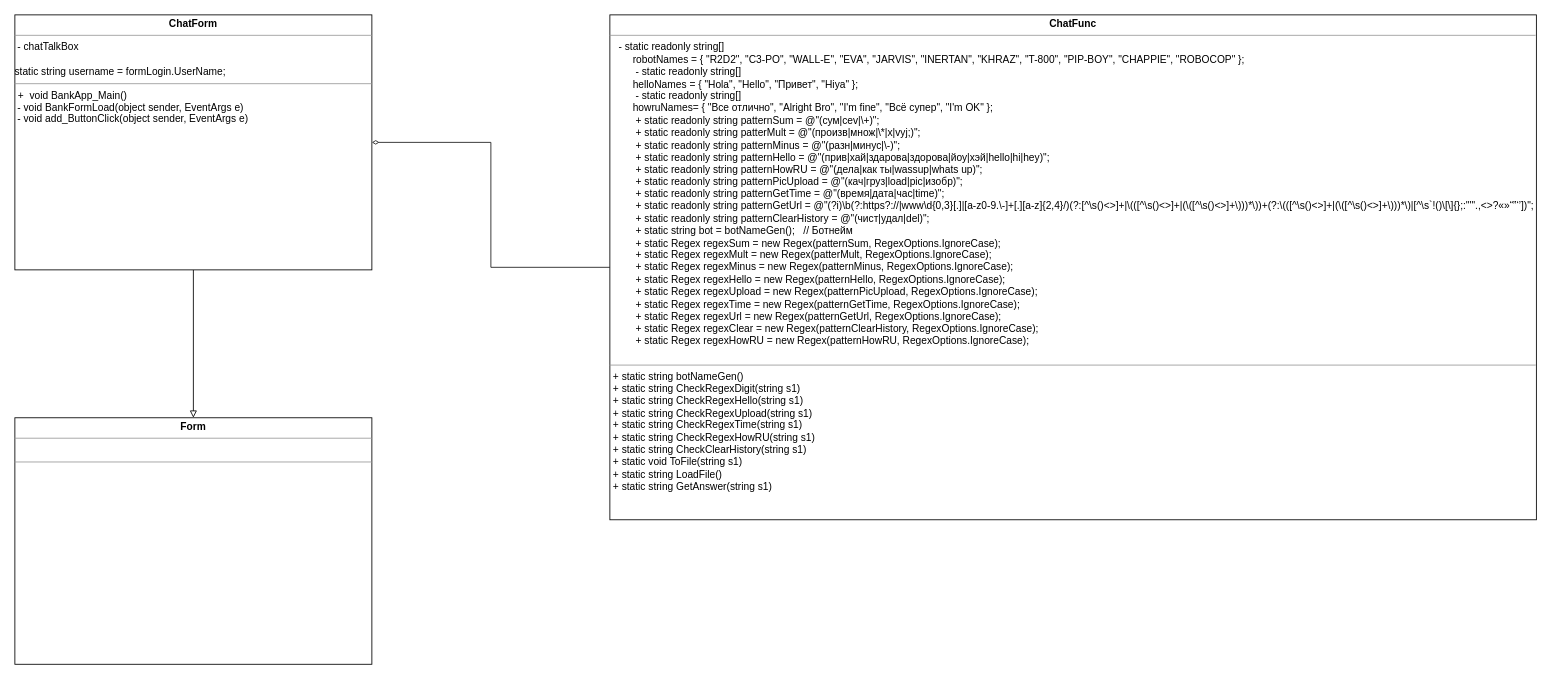
gingerswaltz/gingerswaltz-official keeps this draw.io diagram as ChatBot/chatbot.drawio. Above is the earlier version. Source tidied: cells renumbered, new cells numbered last; positions are measured from the earlier drawing's top-left corner, leaving out a move shared by most shapes. Both pictures are drawn from the tidied source at 85%, with x=0, y=0 at pixel (14, 14).
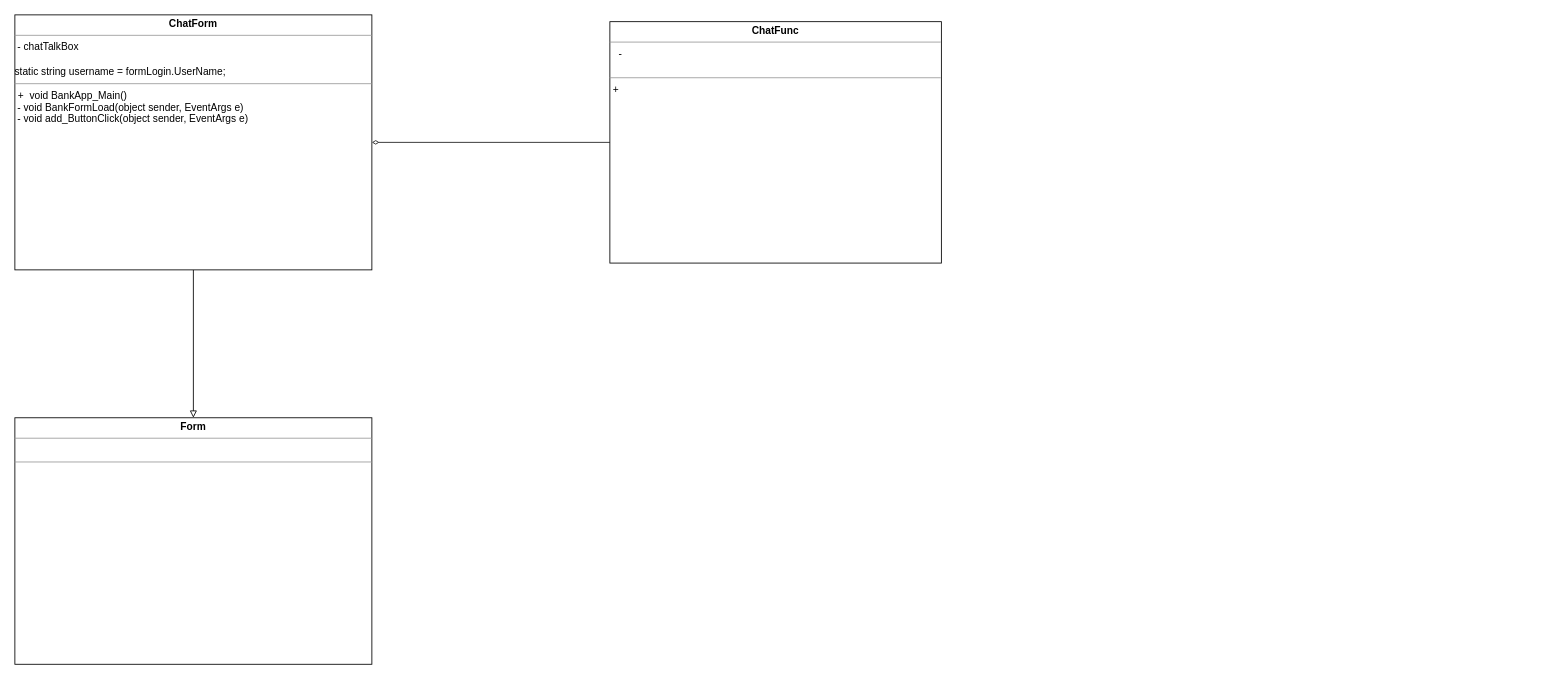
The same diagram, later.

The edit, as a diff of the source:
```diff
@@
 <mxGraphModel>
   <root>
     <mxCell id="0" />
     <mxCell id="1" parent="0" />
-    <mxCell id="2" value="&lt;p style=&quot;margin: 0px ; margin-top: 4px ; text-align: center&quot;&gt;&lt;b&gt;ChatFunc&lt;/b&gt;&lt;/p&gt;&lt;hr size=&quot;1&quot;&gt;&lt;p style=&quot;margin: 0px ; margin-left: 4px&quot;&gt;&amp;nbsp;&lt;span&gt;&#9;&lt;/span&gt;- static readonly string[]&lt;/p&gt;&lt;p style=&quot;margin: 0px ; margin-left: 4px&quot;&gt;&amp;nbsp; &amp;nbsp; &amp;nbsp; &amp;nbsp;robotNames = { &quot;R2D2&quot;, &quot;C3-PO&quot;, &quot;WALL-E&quot;, &quot;EVA&quot;, &quot;JARVIS&quot;, &quot;INERTAN&quot;, &quot;KHRAZ&quot;, &quot;T-800&quot;, &quot;PIP-BOY&quot;, &quot;CHAPPIE&quot;, &quot;ROBOCOP&quot; };&lt;/p&gt;&lt;p style=&quot;margin: 0px ; margin-left: 4px&quot;&gt;&amp;nbsp; &amp;nbsp; &amp;nbsp; &amp;nbsp; - static readonly string[]&lt;/p&gt;&lt;p style=&quot;margin: 0px ; margin-left: 4px&quot;&gt;&amp;nbsp; &amp;nbsp; &amp;nbsp; &amp;nbsp;helloNames = { &quot;Hola&quot;, &quot;Hello&quot;, &quot;Привет&quot;, &quot;Hiya&quot; };&lt;/p&gt;&lt;p style=&quot;margin: 0px ; margin-left: 4px&quot;&gt;&amp;nbsp; &amp;nbsp; &amp;nbsp; &amp;nbsp; - static readonly string[]&lt;/p&gt;&lt;p style=&quot;margin: 0px ; margin-left: 4px&quot;&gt;&amp;nbsp; &amp;nbsp; &amp;nbsp; &amp;nbsp;howruNames= { &quot;Все отлично&quot;, &quot;Alright Bro&quot;, &quot;I'm fine&quot;, &quot;Всё супер&quot;, &quot;I'm OK&quot; };&lt;/p&gt;&lt;p style=&quot;margin: 0px ; margin-left: 4px&quot;&gt;&amp;nbsp; &amp;nbsp; &amp;nbsp; &amp;nbsp; + static readonly string patternSum = @&quot;(сум|cev|\+)&quot;;&lt;/p&gt;&lt;p style=&quot;margin: 0px ; margin-left: 4px&quot;&gt;&amp;nbsp; &amp;nbsp; &amp;nbsp; &amp;nbsp; + static readonly string patterMult = @&quot;(произв|множ|\*|x|vyj;)&quot;;&lt;/p&gt;&lt;p style=&quot;margin: 0px ; margin-left: 4px&quot;&gt;&amp;nbsp; &amp;nbsp; &amp;nbsp; &amp;nbsp; + static readonly string patternMinus = @&quot;(разн|минус|\-)&quot;;&lt;/p&gt;&lt;p style=&quot;margin: 0px ; margin-left: 4px&quot;&gt;&amp;nbsp; &amp;nbsp; &amp;nbsp; &amp;nbsp; + static readonly string patternHello = @&quot;(прив|хай|здарова|здорова|йоу|хэй|hello|hi|hey)&quot;;&lt;/p&gt;&lt;p style=&quot;margin: 0px ; margin-left: 4px&quot;&gt;&amp;nbsp; &amp;nbsp; &amp;nbsp; &amp;nbsp; + static readonly string patternHowRU = @&quot;(дела|как ты|wassup|whats up)&quot;;&lt;/p&gt;&lt;p style=&quot;margin: 0px ; margin-left: 4px&quot;&gt;&amp;nbsp; &amp;nbsp; &amp;nbsp; &amp;nbsp; + static readonly string patternPicUpload = @&quot;(кач|груз|load|pic|изобр)&quot;;&lt;/p&gt;&lt;p style=&quot;margin: 0px ; margin-left: 4px&quot;&gt;&amp;nbsp; &amp;nbsp; &amp;nbsp; &amp;nbsp; + static readonly string patternGetTime = @&quot;(время|дата|час|time)&quot;;&lt;/p&gt;&lt;p style=&quot;margin: 0px ; margin-left: 4px&quot;&gt;&amp;nbsp; &amp;nbsp; &amp;nbsp; &amp;nbsp; + static readonly string patternGetUrl = @&quot;(?i)\b(?:https?://|www\d{0,3}[.]|[a-z0-9.\-]+[.][a-z]{2,4}/)(?:[^\s()&amp;lt;&amp;gt;]+|\(([^\s()&amp;lt;&amp;gt;]+|(\([^\s()&amp;lt;&amp;gt;]+\)))*\))+(?:\(([^\s()&amp;lt;&amp;gt;]+|(\([^\s()&amp;lt;&amp;gt;]+\)))*\)|[^\s`!()\[\]{};:'&quot;&quot;.,&amp;lt;&amp;gt;?«»“”‘’])&quot;;&lt;/p&gt;&lt;p style=&quot;margin: 0px ; margin-left: 4px&quot;&gt;&amp;nbsp; &amp;nbsp; &amp;nbsp; &amp;nbsp; + static readonly string patternClearHistory = @&quot;(чист|удал|del)&quot;;&lt;/p&gt;&lt;p style=&quot;margin: 0px ; margin-left: 4px&quot;&gt;&amp;nbsp; &amp;nbsp; &amp;nbsp; &amp;nbsp; + static string bot = botNameGen();&amp;nbsp; &amp;nbsp;// Ботнейм&lt;/p&gt;&lt;p style=&quot;margin: 0px ; margin-left: 4px&quot;&gt;&amp;nbsp; &amp;nbsp; &amp;nbsp; &amp;nbsp; + static Regex regexSum = new Regex(patternSum, RegexOptions.IgnoreCase);&lt;/p&gt;&lt;p style=&quot;margin: 0px ; margin-left: 4px&quot;&gt;&amp;nbsp; &amp;nbsp; &amp;nbsp; &amp;nbsp; + static Regex regexMult = new Regex(patterMult, RegexOptions.IgnoreCase);&lt;/p&gt;&lt;p style=&quot;margin: 0px ; margin-left: 4px&quot;&gt;&amp;nbsp; &amp;nbsp; &amp;nbsp; &amp;nbsp; + static Regex regexMinus = new Regex(patternMinus, RegexOptions.IgnoreCase);&lt;/p&gt;&lt;p style=&quot;margin: 0px ; margin-left: 4px&quot;&gt;&amp;nbsp; &amp;nbsp; &amp;nbsp; &amp;nbsp; + static Regex regexHello = new Regex(patternHello, RegexOptions.IgnoreCase);&lt;/p&gt;&lt;p style=&quot;margin: 0px ; margin-left: 4px&quot;&gt;&amp;nbsp; &amp;nbsp; &amp;nbsp; &amp;nbsp; + static Regex regexUpload = new Regex(patternPicUpload, RegexOptions.IgnoreCase);&lt;/p&gt;&lt;p style=&quot;margin: 0px ; margin-left: 4px&quot;&gt;&amp;nbsp; &amp;nbsp; &amp;nbsp; &amp;nbsp; + static Regex regexTime = new Regex(patternGetTime, RegexOptions.IgnoreCase);&lt;/p&gt;&lt;p style=&quot;margin: 0px ; margin-left: 4px&quot;&gt;&amp;nbsp; &amp;nbsp; &amp;nbsp; &amp;nbsp; + static Regex regexUrl = new Regex(patternGetUrl, RegexOptions.IgnoreCase);&lt;/p&gt;&lt;p style=&quot;margin: 0px ; margin-left: 4px&quot;&gt;&amp;nbsp; &amp;nbsp; &amp;nbsp; &amp;nbsp; + static Regex regexClear = new Regex(patternClearHistory, RegexOptions.IgnoreCase);&lt;/p&gt;&lt;p style=&quot;margin: 0px ; margin-left: 4px&quot;&gt;&amp;nbsp; &amp;nbsp; &amp;nbsp; &amp;nbsp; + static Regex regexHowRU = new Regex(patternHowRU, RegexOptions.IgnoreCase);&lt;/p&gt;&lt;div&gt;&lt;br&gt;&lt;/div&gt;&lt;hr size=&quot;1&quot;&gt;&lt;p style=&quot;margin: 0px ; margin-left: 4px&quot;&gt;+&amp;nbsp;static string botNameGen()&lt;/p&gt;&lt;p style=&quot;margin: 0px ; margin-left: 4px&quot;&gt;+ static string CheckRegexDigit(string s1)&lt;/p&gt;&lt;p style=&quot;margin: 0px ; margin-left: 4px&quot;&gt;+&amp;nbsp;static string CheckRegexHello(string s1)&lt;/p&gt;&lt;p style=&quot;margin: 0px ; margin-left: 4px&quot;&gt;+&amp;nbsp;static string CheckRegexUpload(string s1)&lt;/p&gt;&lt;p style=&quot;margin: 0px ; margin-left: 4px&quot;&gt;+&amp;nbsp;static string CheckRegexTime(string s1)&lt;/p&gt;&lt;p style=&quot;margin: 0px ; margin-left: 4px&quot;&gt;+&amp;nbsp;static string CheckRegexHowRU(string s1)&lt;/p&gt;&lt;p style=&quot;margin: 0px ; margin-left: 4px&quot;&gt;+&amp;nbsp;static string CheckClearHistory(string s1)&lt;/p&gt;&lt;p style=&quot;margin: 0px ; margin-left: 4px&quot;&gt;+ static void ToFile(string s1)&lt;br&gt;&lt;/p&gt;&lt;p style=&quot;margin: 0px ; margin-left: 4px&quot;&gt;+ static string LoadFile()&lt;br&gt;&lt;/p&gt;&lt;p style=&quot;margin: 0px ; margin-left: 4px&quot;&gt;+&lt;span&gt;&amp;nbsp;static string GetAnswer(string s1)&lt;/span&gt;&lt;/p&gt;" style="verticalAlign=top;align=left;overflow=fill;fontSize=12;fontFamily=Helvetica;html=1;" parent="1" vertex="1">
-      <mxGeometry x="700" width="1090" height="594" as="geometry" />
+    <mxCell id="2" value="&lt;p style=&quot;margin: 0px ; margin-top: 4px ; text-align: center&quot;&gt;&lt;b&gt;ChatFunc&lt;/b&gt;&lt;/p&gt;&lt;hr size=&quot;1&quot;&gt;&lt;p style=&quot;margin: 0px ; margin-left: 4px&quot;&gt;&amp;nbsp;&lt;span&gt;&#9;&lt;/span&gt;-&lt;/p&gt;&lt;div&gt;&lt;br&gt;&lt;/div&gt;&lt;hr size=&quot;1&quot;&gt;&lt;p style=&quot;margin: 0px ; margin-left: 4px&quot;&gt;+&lt;/p&gt;" style="verticalAlign=top;align=left;overflow=fill;fontSize=12;fontFamily=Helvetica;html=1;" parent="1" vertex="1">
+      <mxGeometry x="700" y="8" width="390" height="284" as="geometry" />
     </mxCell>
     <mxCell id="3" value="&lt;p style=&quot;margin: 0px ; margin-top: 4px ; text-align: center&quot;&gt;&lt;b&gt;Form&lt;/b&gt;&lt;/p&gt;&lt;hr size=&quot;1&quot;&gt;&lt;p style=&quot;margin: 0px ; margin-left: 4px&quot;&gt;&lt;br&gt;&lt;/p&gt;&lt;hr size=&quot;1&quot;&gt;&lt;p style=&quot;margin: 0px ; margin-left: 4px&quot;&gt;&lt;br&gt;&lt;/p&gt;" style="verticalAlign=top;align=left;overflow=fill;fontSize=12;fontFamily=Helvetica;html=1;" parent="1" vertex="1">
       <mxGeometry y="474" width="420" height="290" as="geometry" />
     </mxCell>
     <mxCell id="4" style="edgeStyle=orthogonalEdgeStyle;rounded=0;jettySize=auto;html=1;entryX=0.5;entryY=0;entryDx=0;entryDy=0;endArrow=block;endFill=0;" parent="1" edge="1" source="6" target="3">
       <mxGeometry relative="1" as="geometry" />
     </mxCell>
     <mxCell id="5" style="edgeStyle=orthogonalEdgeStyle;rounded=0;jettySize=auto;html=1;endArrow=diamondThin;endFill=0;strokeColor=#1A1A1A;" parent="1" edge="1" source="2" target="6">
       <mxGeometry relative="1" as="geometry" />
     </mxCell>
     <mxCell id="6" value="&lt;p style=&quot;margin: 0px ; margin-top: 4px ; text-align: center&quot;&gt;&lt;b&gt;ChatForm&lt;/b&gt;&lt;/p&gt;&lt;hr size=&quot;1&quot;&gt;&lt;p style=&quot;margin: 0px ; margin-left: 4px&quot;&gt;&lt;/p&gt;&amp;nbsp;- chatTalkBox&lt;span style=&quot;background-color: rgb(255 , 255 , 255)&quot;&gt;&lt;br&gt;&lt;/span&gt;&lt;br&gt;static string username = formLogin.UserName;&lt;hr size=&quot;1&quot;&gt;&lt;p style=&quot;margin: 0px ; margin-left: 4px&quot;&gt;+&amp;nbsp;&lt;span&gt;&amp;nbsp;void BankApp_Main()&lt;/span&gt;&lt;/p&gt;&lt;div&gt;&lt;span&gt;&amp;nbsp;- void BankFormLoad(object sender, EventArgs e)&lt;br&gt;&amp;nbsp;- void add_ButtonClick(object sender, EventArgs e)&lt;br&gt;&lt;/span&gt;&lt;/div&gt;&lt;div&gt;&lt;span&gt;&lt;br&gt;&lt;/span&gt;&lt;/div&gt;" style="verticalAlign=top;align=left;overflow=fill;fontSize=12;fontFamily=Helvetica;html=1;" parent="1" vertex="1">
       <mxGeometry width="420" height="300" as="geometry" />
     </mxCell>
   </root>
 </mxGraphModel>
```
